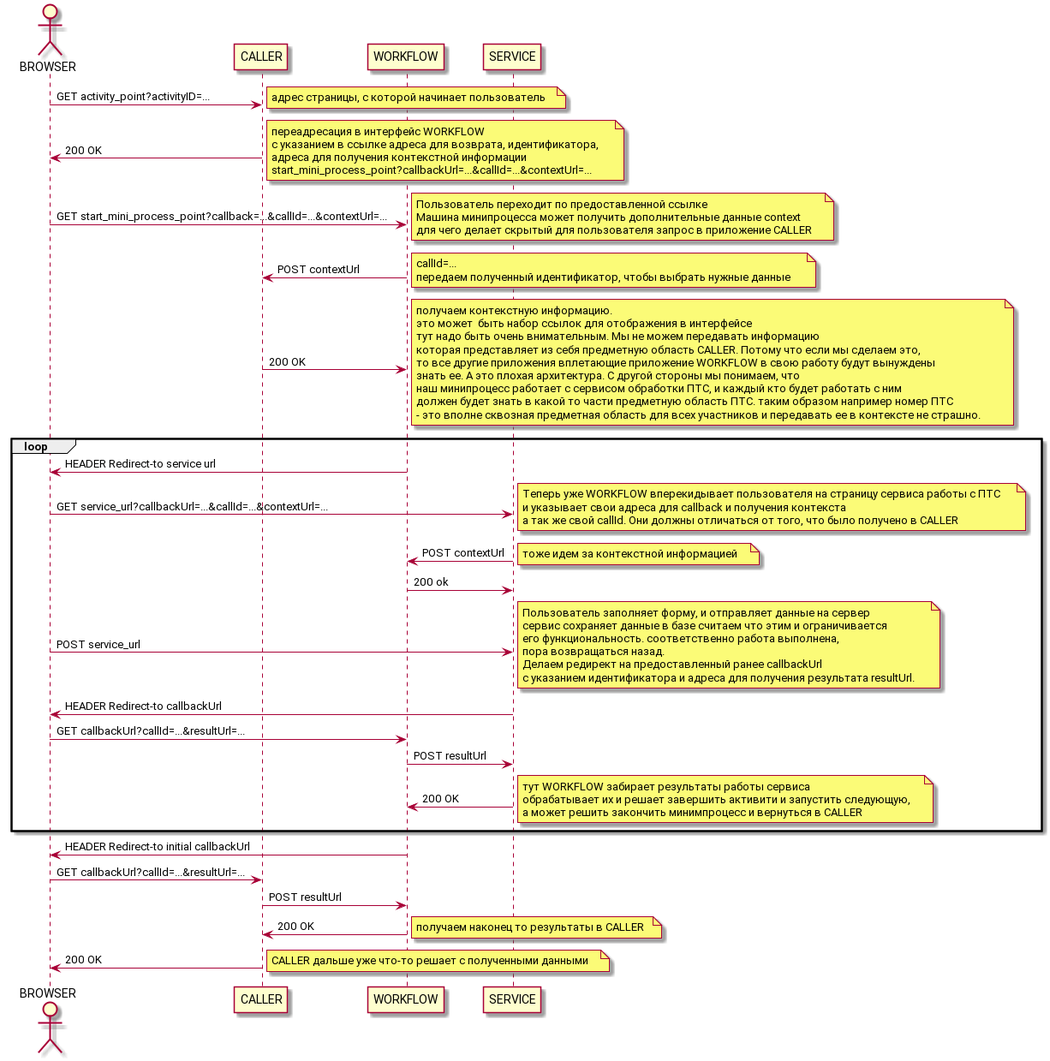
This is docs/sequence.png from ilb/workflow, a PlantUML export, as it was before one commit.
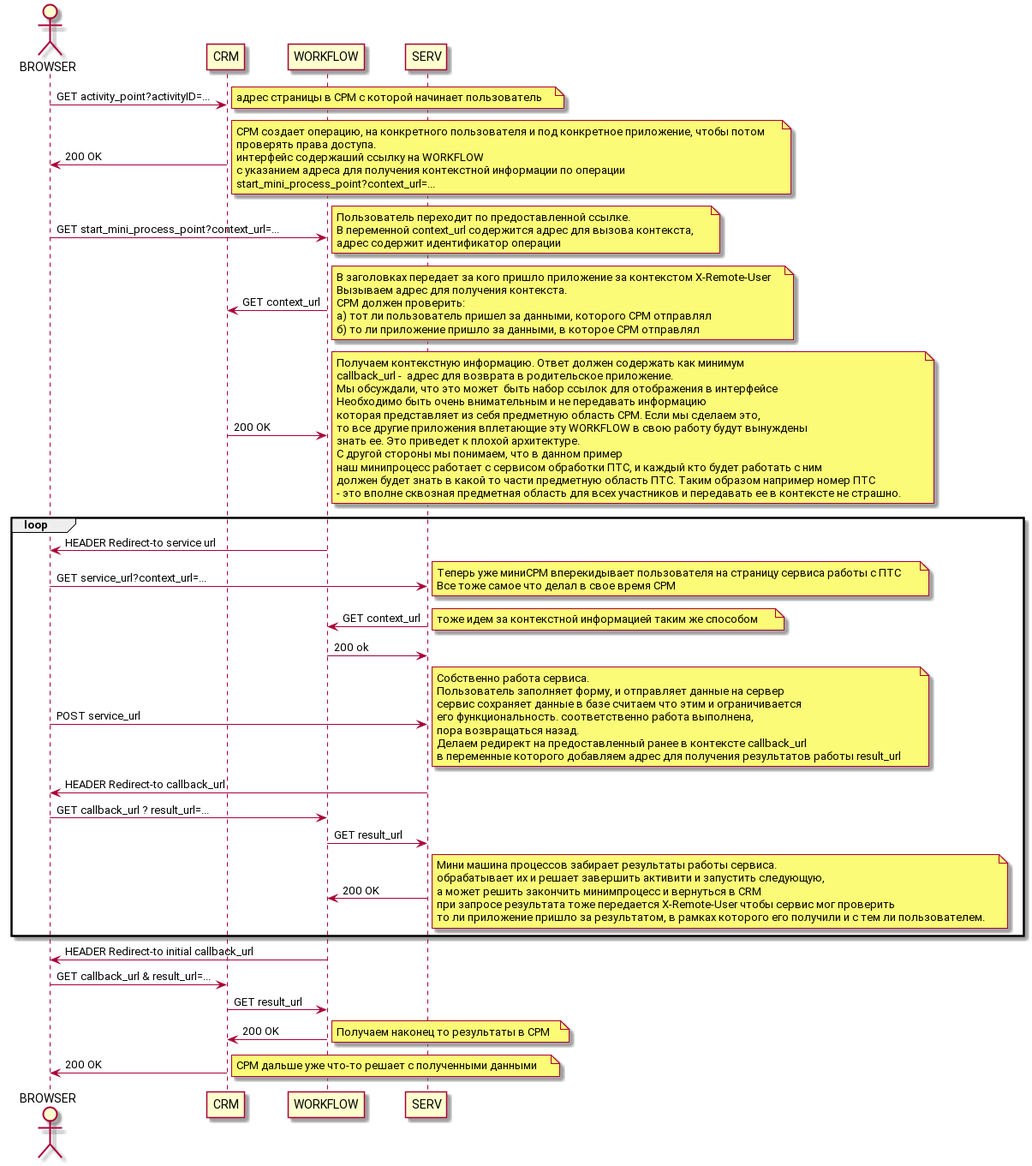
Later version of the same file.

Commit message:
обновление схемы

The edit, as a diff of the source:
```diff
@@ -1,80 +1,88 @@
 @startuml
 actor BROWSER
-BROWSER->CALLER : GET activity_point?activityID=...
+BROWSER->CRM : GET activity_point?activityID=...
 note right
-    адрес cтраницы, с которой начинает пользователь
+    адрес cтраницы в СРМ с которой начинает пользователь
 end note
-CALLER->BROWSER : 200 OK
+CRM->BROWSER : 200 OK
 note right
-    переадресация в интерфейс WORKFLOW
-    с указанием в ссылке адреса для возврата, идентификатора,
-    адреса для получения контекстной информации
-    start_mini_process_point?callbackUrl=...&callId=...&contextUrl=...
+    СРМ создает операцию, на конкретного пользователя и под конкретное приложение, чтобы потом
+    проверять права доступа.
+    интерфейс содержаший ссылку на WORKFLOW
+    с указанием адреса для получения контекстной информации по операции
+    start_mini_process_point?context_url=...
 end note
-BROWSER->WORKFLOW : GET start_mini_process_point?callback=...&callId=...&contextUrl=...
+BROWSER->WORKFLOW : GET start_mini_process_point?context_url=...
 note right
-    Пользователь переходит по предоставленной ссылке
-    Машина минипроцесса может получить дополнительные данные context
-    для чего делает скрытый для пользователя запрос в приложение CALLER
+    Пользователь переходит по предоставленной ссылке.
+    В переменной context_url содержится адрес для вызова контекста,
+    адрес содержит идентификатор операции
 end note
-WORKFLOW->CALLER : POST contextUrl
+WORKFLOW->CRM : GET context_url
 note right
-    callId=...
-    передаем полученный идентификатор, чтобы выбрать нужные данные
+    В заголовках передает за кого пришло приложение за контекстом X-Remote-User
+    Вызываем адрес для получения контекста.
+    СРМ должен проверить:
+    а) тот ли пользователь пришел за данными, которого СРМ отправлял
+    б) то ли приложение пришло за данными, в которое СРМ отправлял
 end note
-CALLER->WORKFLOW : 200 OK
+CRM->WORKFLOW : 200 OK
 note right
-    получаем контекстную информацию.
-    это может  быть набор ссылок для отображения в интерфейсе
-    тут надо быть очень внимательным. Мы не можем передавать информацию
-    которая представляет из себя предметную область CALLER. Потому что если мы сделаем это,
-    то все другие приложения вплетающие приложение WORKFLOW в свою работу будут вынуждены
-    знать ее. А это плохая архитектура. С другой стороны мы понимаем, что
+    Получаем контекстную информацию. Ответ должен содержать как минимум
+    callback_url -  адрес для возврата в родительское приложение.
+    Мы обсуждали, что это может  быть набор ссылок для отображения в интерфейсе
+    Необходимо быть очень внимательным и не передавать информацию
+    которая представляет из себя предметную область СРМ. Если мы сделаем это,
+    то все другие приложения вплетающие эту WORKFLOW в свою работу будут вынуждены
+    знать ее. Это приведет к плохой архитектуре.
+    С другой стороны мы понимаем, что в данном пример
     наш минипроцесс работает с сервисом обработки ПТС, и каждый кто будет работать с ним
-    должен будет знать в какой то части предметную область ПТС. таким образом например номер ПТС
+    должен будет знать в какой то части предметную область ПТС. Таким образом например номер ПТС
     - это вполне сквозная предметная область для всех участников и передавать ее в контексте не страшно.
 end note
 loop
 WORKFLOW->BROWSER : HEADER Redirect-to service url
-BROWSER->SERVICE : GET service_url?callbackUrl=...&callId=...&contextUrl=...
+BROWSER->SERV : GET service_url?context_url=...
 note right
-    Теперь уже WORKFLOW вперекидывает пользователя на страницу сервиса работы с ПТС
-    и указывает свои адреса для callback и получения контекста
-    а так же свой callId. Они должны отличаться от того, что было получено в CALLER
+    Теперь уже миниСРМ вперекидывает пользователя на страницу сервиса работы с ПТС
+    Все тоже самое что делал в свое время СРМ
 end note
-SERVICE->WORKFLOW : POST contextUrl
+SERV->WORKFLOW : GET context_url
 note right
-    тоже идем за контекстной информацией
+    тоже идем за контекстной информацией таким же способом
 end note
-WORKFLOW->SERVICE : 200 ok
-BROWSER->SERVICE : POST service_url
+WORKFLOW->SERV : 200 ok
+BROWSER->SERV : POST service_url
 note right
+    Собственно работа сервиса.
     Пользователь заполняет форму, и отправляет данные на сервер
     сервис сохраняет данные в базе считаем что этим и ограничивается
     его функциональность. соответственно работа выполнена,
     пора возвращаться назад.
-    Делаем редирект на предоставленный ранее callbackUrl
-    с указанием идентификатора и адреса для получения результата resultUrl.
+    Делаем редирект на предоставленный ранее в контексте callback_url
+    в переменные которого добавляем адрес для получения результатов работы result_url
 end note
-SERVICE->BROWSER : HEADER Redirect-to callbackUrl
-BROWSER->WORKFLOW : GET callbackUrl?callId=...&resultUrl=...
-WORKFLOW->SERVICE : POST resultUrl
-SERVICE->WORKFLOW : 200 OK
+SERV->BROWSER : HEADER Redirect-to callback_url
+BROWSER->WORKFLOW : GET callback_url ? result_url=...
+WORKFLOW->SERV : GET result_url
+SERV->WORKFLOW : 200 OK
 note right
-    тут WORKFLOW забирает результаты работы сервиса
+    Мини машина процессов забирает результаты работы сервиса.
     обрабатывает их и решает завершить активити и запустить следующую,
-    а может решить закончить минимпроцесс и вернуться в CALLER
+    а может решить закончить минимпроцесс и вернуться в CRM
+    при запросе результата тоже передается X-Remote-User чтобы сервис мог проверить
+    то ли приложение пришло за результатом, в рамках которого его получили и с тем ли пользователем.
 end note
 end
-WORKFLOW->BROWSER : HEADER Redirect-to initial callbackUrl
-BROWSER->CALLER : GET callbackUrl?callId=...&resultUrl=...
-CALLER->WORKFLOW : POST resultUrl
-WORKFLOW->CALLER : 200 OK
+WORKFLOW->BROWSER : HEADER Redirect-to initial callback_url
+BROWSER->CRM : GET callback_url & result_url=...
+CRM->WORKFLOW : GET result_url
+WORKFLOW->CRM : 200 OK
 note right
-    получаем наконец то результаты в CALLER
+    Получаем наконец то результаты в СРМ
 end note
-CALLER->BROWSER : 200 OK
+CRM->BROWSER : 200 OK
 note right
-    CALLER дальше уже что-то решает с полученными данными
+    СРМ дальше уже что-то решает с полученными данными
 end note
 @enduml
```
